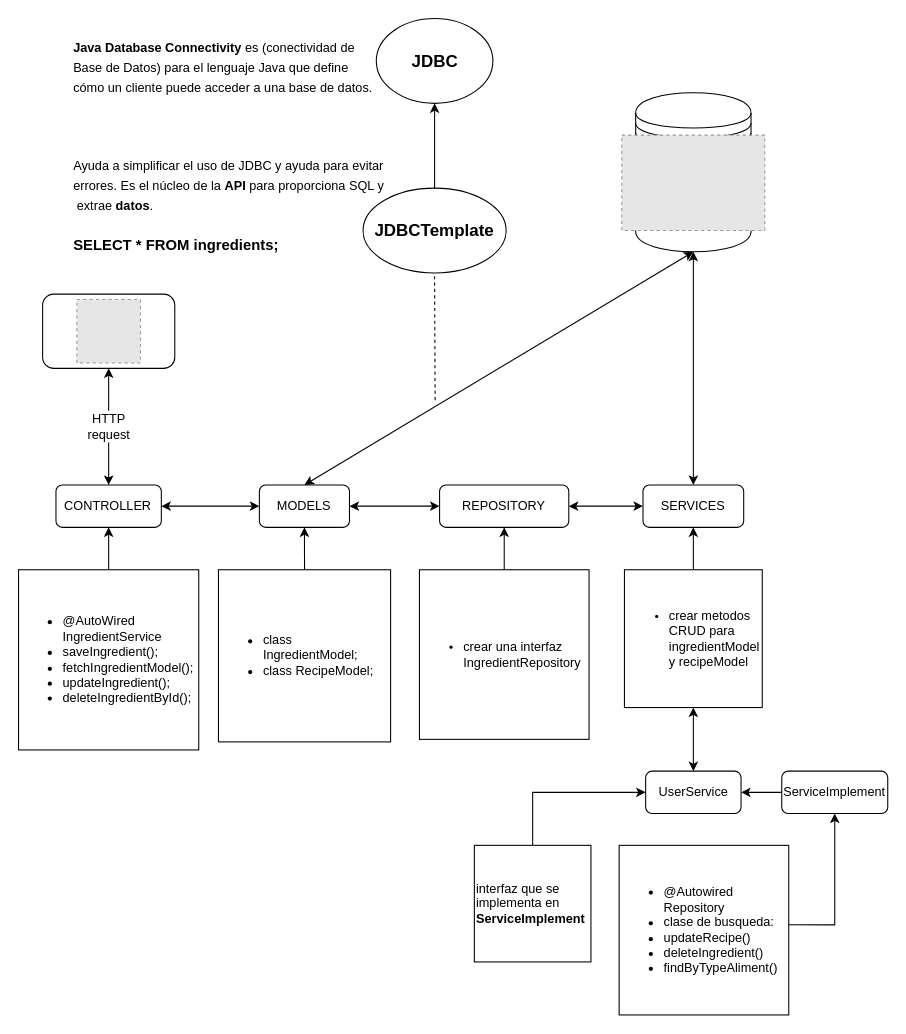
This is Structure_API_Backend.drawio from Daruuu/ProjectFullstack, a draw.io file, before an edit. Source tidied: cells renumbered, new cells numbered last; positions are measured from the earlier drawing's top-left corner, leaving out a move shared by most shapes. Both pictures are drawn from the tidied source at 106%, with x=0, y=0 at pixel (18, 18). Pictures stored in the file or linked from it are replaced by grey dashed boxes.
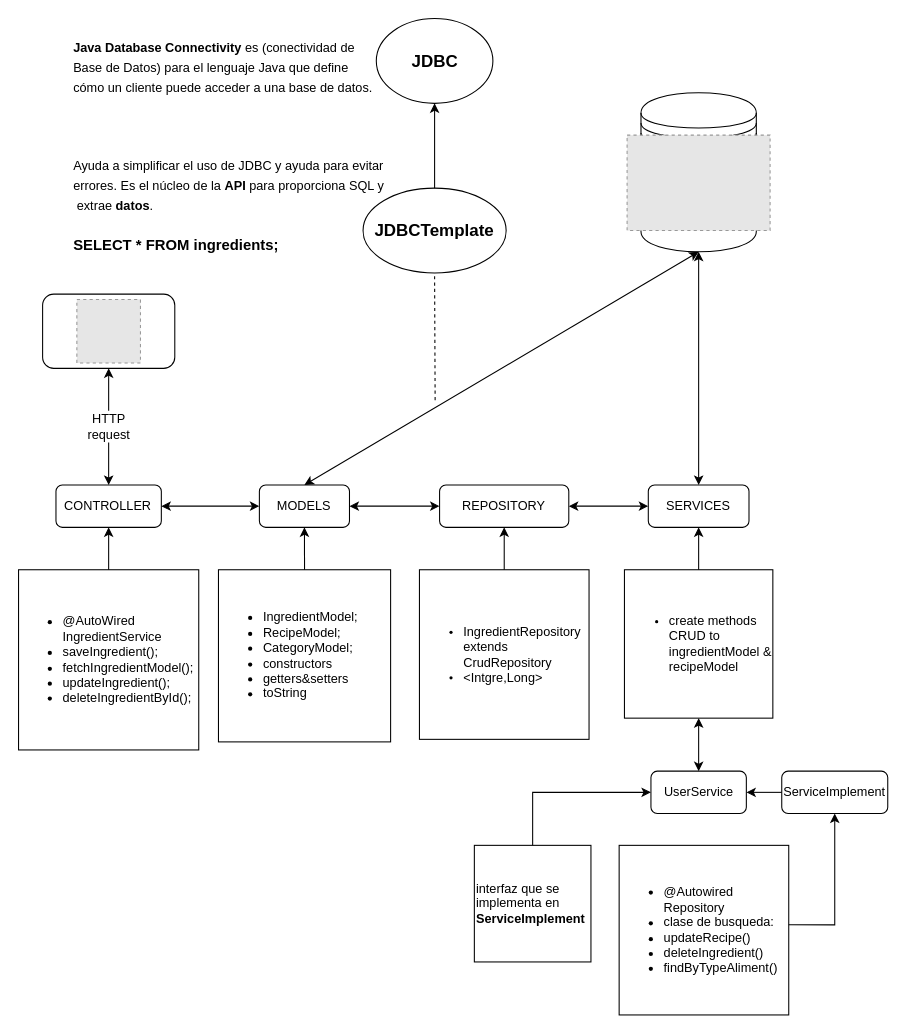
Above is the later version.

What changed in the source:
```diff
@@
     <mxCell id="2" style="shape=datastore;whiteSpace=wrap;html=1;" parent="1" vertex="1">
-      <mxGeometry x="582.2" y="70" width="108.8" height="150" as="geometry" />
+      <mxGeometry x="587.2" y="70" width="108.8" height="150" as="geometry" />
     </mxCell>
@@
     <mxCell id="6" value="SERVICES" style="rounded=1;whiteSpace=wrap;html=1;" parent="1" vertex="1">
-      <mxGeometry x="589.1" y="440" width="95" height="40" as="geometry" />
+      <mxGeometry x="594.1" y="440" width="95" height="40" as="geometry" />
     </mxCell>
     <mxCell id="7" value="UserService" style="rounded=1;whiteSpace=wrap;html=1;" parent="1" vertex="1">
-      <mxGeometry x="591.6" y="710" width="90" height="40" as="geometry" />
+      <mxGeometry x="596.6" y="710" width="90" height="40" as="geometry" />
     </mxCell>
@@
-    <mxCell id="10" value="&lt;ul style=&quot;font-size: 12px;&quot;&gt;&lt;li&gt;&lt;span&gt;class IngredientModel;&lt;/span&gt;&lt;/li&gt;&lt;li&gt;&lt;span&gt;class RecipeModel;&lt;/span&gt;&lt;/li&gt;&lt;/ul&gt;" style="whiteSpace=wrap;html=1;fontSize=10;align=left;" parent="1" vertex="1">
+    <mxCell id="10" value="&lt;ul style=&quot;font-size: 12px&quot;&gt;&lt;li&gt;&lt;span&gt;IngredientModel;&lt;/span&gt;&lt;/li&gt;&lt;li&gt;&lt;span&gt;RecipeModel;&lt;/span&gt;&lt;/li&gt;&lt;li&gt;&lt;span&gt;CategoryModel;&lt;/span&gt;&lt;/li&gt;&lt;li&gt;&lt;span&gt;constructors&amp;nbsp;&lt;/span&gt;&lt;/li&gt;&lt;li&gt;&lt;span&gt;getters&amp;amp;setters&lt;/span&gt;&lt;/li&gt;&lt;li&gt;&lt;span&gt;toString&lt;/span&gt;&lt;/li&gt;&lt;/ul&gt;" style="whiteSpace=wrap;html=1;fontSize=10;align=left;" parent="1" vertex="1">
       <mxGeometry x="188.6" y="520" width="162.4" height="162.4" as="geometry" />
     </mxCell>
-    <mxCell id="11" value="&lt;ul&gt;&lt;li&gt;&lt;span style=&quot;background-color: initial;&quot;&gt;&lt;font style=&quot;font-size: 12px;&quot;&gt;crear una interfaz IngredientRepository&lt;/font&gt;&lt;/span&gt;&lt;/li&gt;&lt;/ul&gt;" style="whiteSpace=wrap;html=1;fontSize=10;align=left;" parent="1" vertex="1">
+    <mxCell id="11" value="&lt;ul&gt;&lt;li&gt;&lt;span&gt;&lt;font style=&quot;font-size: 12px&quot;&gt;IngredientRepository extends CrudRepository&lt;/font&gt;&lt;/span&gt;&lt;/li&gt;&lt;li&gt;&lt;span&gt;&lt;font style=&quot;font-size: 12px&quot;&gt;&amp;lt;Intgre,Long&amp;gt;&lt;/font&gt;&lt;/span&gt;&lt;/li&gt;&lt;/ul&gt;" style="whiteSpace=wrap;html=1;fontSize=10;align=left;" parent="1" vertex="1">
       <mxGeometry x="378.2" y="520" width="160" height="160" as="geometry" />
     </mxCell>
-    <mxCell id="12" value="&lt;ul&gt;&lt;li&gt;&lt;span style=&quot;background-color: initial;&quot;&gt;&lt;font style=&quot;font-size: 12px;&quot;&gt;crear metodos CRUD para ingredientModel y recipeModel&lt;/font&gt;&lt;/span&gt;&lt;/li&gt;&lt;/ul&gt;" style="whiteSpace=wrap;html=1;fontSize=10;align=left;" parent="1" vertex="1">
-      <mxGeometry x="571.6" y="520" width="130" height="130" as="geometry" />
+    <mxCell id="12" value="&lt;ul&gt;&lt;li&gt;&lt;span&gt;&lt;font style=&quot;font-size: 12px&quot;&gt;create methods CRUD to ingredientModel &amp;amp; recipeModel&lt;/font&gt;&lt;/span&gt;&lt;/li&gt;&lt;/ul&gt;" style="whiteSpace=wrap;html=1;fontSize=10;align=left;" parent="1" vertex="1">
+      <mxGeometry x="571.6" y="520" width="140" height="140" as="geometry" />
     </mxCell>
@@
     <mxCell id="15" style="fillColor=#E6E6E6;strokeColor=#999999;dashed=1;verticalLabelPosition=bottom;labelBackgroundColor=default;verticalAlign=top;" parent="1" vertex="1">
-      <mxGeometry x="569.1" y="110" width="134.9" height="90" as="geometry" />
+      <mxGeometry x="574.1" y="110" width="134.9" height="90" as="geometry" />
     </mxCell>
```
